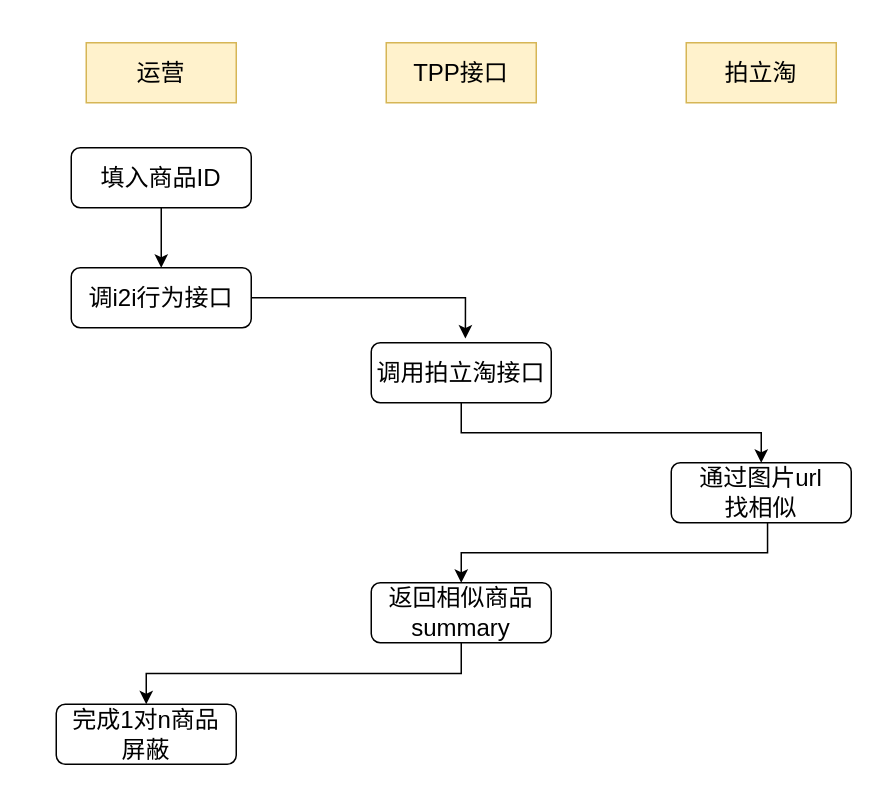
Before: 2.drawio in ElioCode/gitxuexi, a draw.io diagram. Source tidied: cells renumbered, new cells numbered last; positions are measured from the earlier drawing's top-left corner, leaving out a move shared by most shapes. Both pictures are drawn from the tidied source at 150%, with x=0, y=0 at pixel (56, 42).
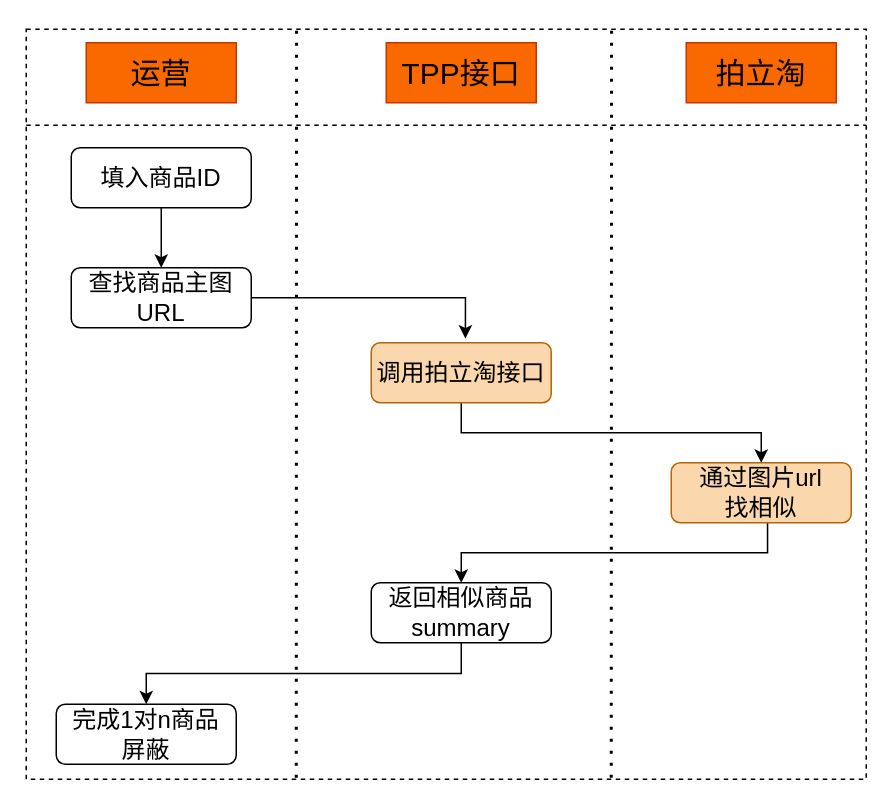
After the change.

Diff of the diagram source:
```diff
@@
-    <mxCell id="2" value="&lt;font style=&quot;font-size: 16px&quot;&gt;拍立淘&lt;/font&gt;" style="rounded=0;whiteSpace=wrap;html=1;fillColor=#fff2cc;strokeColor=#d6b656;" parent="1" vertex="1">
+    <mxCell id="2" value="&lt;font style=&quot;font-size: 20px&quot;&gt;拍立淘&lt;/font&gt;" style="rounded=0;whiteSpace=wrap;html=1;fillColor=#fa6800;strokeColor=#C73500;fontColor=#000000;" parent="1" vertex="1">
       <mxGeometry x="420" width="100" height="40" as="geometry" />
     </mxCell>
@@
-    <mxCell id="6" value="&lt;font style=&quot;font-size: 16px&quot;&gt;调i2i行为接口&lt;/font&gt;" style="rounded=1;whiteSpace=wrap;html=1;fontSize=12;glass=0;strokeWidth=1;shadow=0;" parent="1" vertex="1">
+    <mxCell id="6" value="&lt;span style=&quot;font-size: 16px&quot;&gt;查找商品主图URL&lt;/span&gt;" style="rounded=1;whiteSpace=wrap;html=1;fontSize=12;glass=0;strokeWidth=1;shadow=0;" parent="1" vertex="1">
       <mxGeometry x="10" y="150" width="120" height="40" as="geometry" />
     </mxCell>
-    <mxCell id="7" value="&lt;font style=&quot;font-size: 16px&quot;&gt;运营&lt;/font&gt;" style="rounded=0;whiteSpace=wrap;html=1;fillColor=#fff2cc;strokeColor=#d6b656;" parent="1" vertex="1">
+    <mxCell id="7" value="&lt;font style=&quot;font-size: 20px&quot;&gt;运营&lt;/font&gt;" style="rounded=0;whiteSpace=wrap;html=1;fillColor=#fa6800;strokeColor=#C73500;fontColor=#000000;" parent="1" vertex="1">
       <mxGeometry x="20" width="100" height="40" as="geometry" />
     </mxCell>
-    <mxCell id="8" value="&lt;font style=&quot;font-size: 16px&quot;&gt;TPP接口&lt;/font&gt;" style="rounded=0;whiteSpace=wrap;html=1;fillColor=#fff2cc;strokeColor=#d6b656;" parent="1" vertex="1">
+    <mxCell id="8" value="&lt;font style=&quot;font-size: 20px&quot;&gt;TPP接口&lt;/font&gt;" style="rounded=0;whiteSpace=wrap;html=1;fillColor=#fa6800;strokeColor=#C73500;fontColor=#000000;" parent="1" vertex="1">
       <mxGeometry x="220" width="100" height="40" as="geometry" />
     </mxCell>
@@
-    <mxCell id="10" value="&lt;span style=&quot;font-size: 16px&quot;&gt;调用拍立淘接口&lt;/span&gt;" style="rounded=1;whiteSpace=wrap;html=1;fontSize=12;glass=0;strokeWidth=1;shadow=0;" parent="1" vertex="1">
+    <mxCell id="10" value="&lt;span style=&quot;font-size: 16px&quot;&gt;调用拍立淘接口&lt;/span&gt;" style="rounded=1;whiteSpace=wrap;html=1;fontSize=12;glass=0;strokeWidth=1;shadow=0;fillColor=#fad7ac;strokeColor=#b46504;" parent="1" vertex="1">
       <mxGeometry x="210" y="200" width="120" height="40" as="geometry" />
     </mxCell>
@@
-    <mxCell id="12" value="&lt;span style=&quot;font-size: 16px&quot;&gt;通过图片url&lt;br&gt;找相似&lt;/span&gt;" style="rounded=1;whiteSpace=wrap;html=1;fontSize=12;glass=0;strokeWidth=1;shadow=0;" parent="1" vertex="1">
+    <mxCell id="12" value="&lt;span style=&quot;font-size: 16px&quot;&gt;通过图片url&lt;br&gt;找相似&lt;/span&gt;" style="rounded=1;whiteSpace=wrap;html=1;fontSize=12;glass=0;strokeWidth=1;shadow=0;fillColor=#fad7ac;strokeColor=#b46504;" parent="1" vertex="1">
       <mxGeometry x="410" y="280" width="120" height="40" as="geometry" />
     </mxCell>
@@
+    <mxCell id="16" style="rounded=0;whiteSpace=wrap;html=1;fillColor=none;dashed=1;" parent="1" vertex="1">
+      <mxGeometry x="-20" y="-9" width="560" height="500" as="geometry" />
+    </mxCell>
+    <mxCell id="17" style="endArrow=none;dashed=1;html=1;dashPattern=1 3;strokeWidth=2;" parent="1" edge="1">
+      <mxGeometry relative="1" as="geometry">
+        <mxPoint x="160" y="490" as="sourcePoint" />
+        <mxPoint x="160.2" y="-10" as="targetPoint" />
+      </mxGeometry>
+    </mxCell>
+    <mxCell id="18" style="line;strokeWidth=1;html=1;dashed=1;fillColor=none;" parent="1" vertex="1">
+      <mxGeometry x="-20" y="50" width="560" height="10" as="geometry" />
+    </mxCell>
+    <mxCell id="19" style="endArrow=none;dashed=1;html=1;dashPattern=1 3;strokeWidth=2;" parent="1" edge="1">
+      <mxGeometry relative="1" as="geometry">
+        <mxPoint x="370" y="490" as="sourcePoint" />
+        <mxPoint x="370.2" y="-10" as="targetPoint" />
+      </mxGeometry>
+    </mxCell>
```
